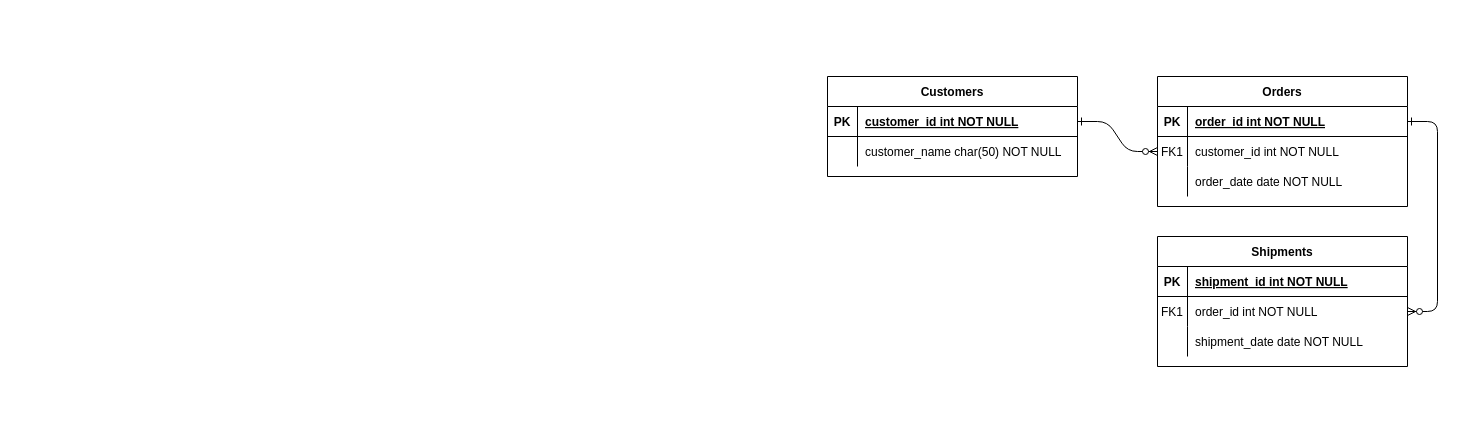
The draw.io diagram Untitled Diagram.drawio in leehyunyong89/Data_ERD_KongU, before the edit. Source tidied: cells renumbered, new cells numbered last; positions are measured from the earlier drawing's top-left corner, leaving out a move shared by most shapes. Both pictures are drawn from the tidied source at 100%, with x=0, y=0 at pixel (827, 76).
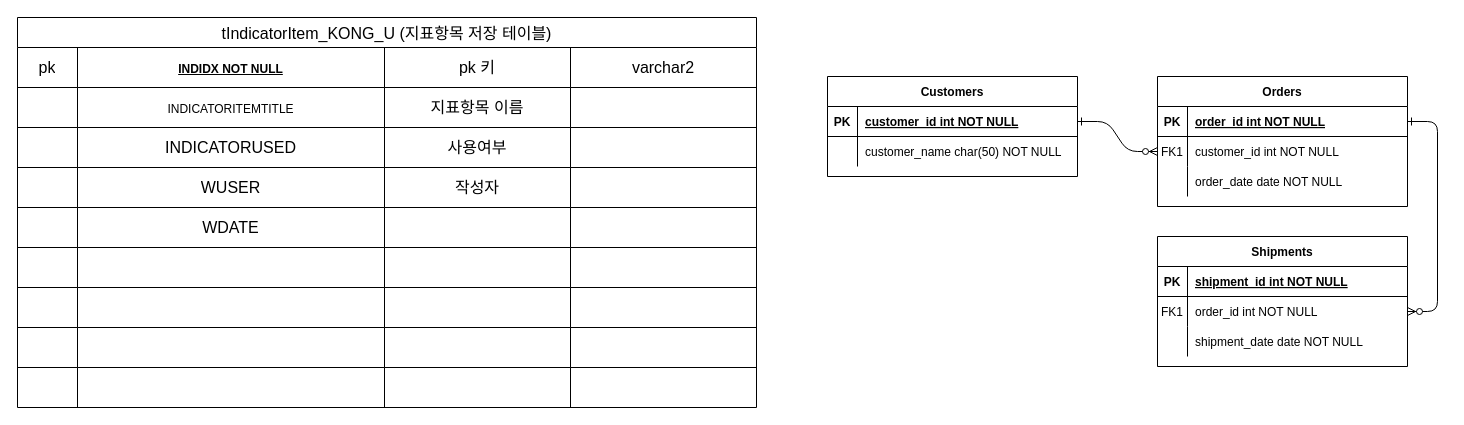
The same diagram, later.

Commit message:
성과지표메뉴_ERD

The edit, as a diff of the source:
```diff
@@
+    <mxCell id="31" value="tIndicatorItem_KONG_U (지표항목 저장 테이블)" style="shape=table;startSize=30;childLayout=tableLayout;strokeColor=default;fontSize=16;" parent="1" vertex="1">
+      <mxGeometry x="-810" y="-59" width="739" height="390" as="geometry" />
+    </mxCell>
+    <mxCell id="32" style="shape=tableRow;horizontal=0;startSize=0;swimlaneHead=0;swimlaneBody=0;strokeColor=inherit;top=0;left=0;bottom=0;right=0;fillColor=none;fontSize=16;" parent="31" vertex="1">
+      <mxGeometry y="30" width="739" height="40" as="geometry" />
+    </mxCell>
+    <mxCell id="33" value="pk" style="shape=partialRectangle;html=1;whiteSpace=wrap;strokeColor=inherit;overflow=hidden;fillColor=none;top=0;left=0;bottom=0;right=0;fontSize=16;" parent="32" vertex="1">
+      <mxGeometry width="60" height="40" as="geometry" />
+    </mxCell>
+    <mxCell id="34" value="&lt;u style=&quot;font-size: 12px;&quot;&gt;&lt;b&gt;INDIDX NOT NULL&lt;/b&gt;&lt;/u&gt;" style="shape=partialRectangle;html=1;whiteSpace=wrap;strokeColor=inherit;overflow=hidden;fillColor=none;top=0;left=0;bottom=0;right=0;fontSize=16;" parent="32" vertex="1">
+      <mxGeometry x="60" width="307" height="40" as="geometry" />
+    </mxCell>
+    <mxCell id="35" value="pk 키" style="shape=partialRectangle;html=1;whiteSpace=wrap;strokeColor=inherit;overflow=hidden;fillColor=none;top=0;left=0;bottom=0;right=0;fontSize=16;" parent="32" vertex="1">
+      <mxGeometry x="367" width="186" height="40" as="geometry" />
+    </mxCell>
+    <mxCell id="36" value="varchar2" style="shape=partialRectangle;html=1;whiteSpace=wrap;strokeColor=inherit;overflow=hidden;fillColor=none;top=0;left=0;bottom=0;right=0;fontSize=16;" parent="32" vertex="1">
+      <mxGeometry x="553" width="186" height="40" as="geometry" />
+    </mxCell>
+    <mxCell id="37" style="shape=tableRow;horizontal=0;startSize=0;swimlaneHead=0;swimlaneBody=0;strokeColor=inherit;top=0;left=0;bottom=0;right=0;fillColor=none;fontSize=16;" parent="31" vertex="1">
+      <mxGeometry y="70" width="739" height="40" as="geometry" />
+    </mxCell>
+    <mxCell id="38" style="shape=partialRectangle;html=1;whiteSpace=wrap;strokeColor=inherit;overflow=hidden;fillColor=none;top=0;left=0;bottom=0;right=0;fontSize=16;" parent="37" vertex="1">
+      <mxGeometry width="60" height="40" as="geometry" />
+    </mxCell>
+    <mxCell id="39" value="&lt;span style=&quot;font-size: 12px;&quot;&gt;INDICATORITEMTITLE&lt;/span&gt;" style="shape=partialRectangle;html=1;whiteSpace=wrap;strokeColor=inherit;overflow=hidden;fillColor=none;top=0;left=0;bottom=0;right=0;fontSize=16;" parent="37" vertex="1">
+      <mxGeometry x="60" width="307" height="40" as="geometry" />
+    </mxCell>
+    <mxCell id="40" value="지표항목 이름" style="shape=partialRectangle;html=1;whiteSpace=wrap;strokeColor=inherit;overflow=hidden;fillColor=none;top=0;left=0;bottom=0;right=0;fontSize=16;" parent="37" vertex="1">
+      <mxGeometry x="367" width="186" height="40" as="geometry" />
+    </mxCell>
+    <mxCell id="41" style="shape=partialRectangle;html=1;whiteSpace=wrap;strokeColor=inherit;overflow=hidden;fillColor=none;top=0;left=0;bottom=0;right=0;fontSize=16;" parent="37" vertex="1">
+      <mxGeometry x="553" width="186" height="40" as="geometry" />
+    </mxCell>
+    <mxCell id="42" style="shape=tableRow;horizontal=0;startSize=0;swimlaneHead=0;swimlaneBody=0;strokeColor=inherit;top=0;left=0;bottom=0;right=0;fillColor=none;fontSize=16;" parent="31" vertex="1">
+      <mxGeometry y="110" width="739" height="40" as="geometry" />
+    </mxCell>
+    <mxCell id="43" style="shape=partialRectangle;html=1;whiteSpace=wrap;strokeColor=inherit;overflow=hidden;fillColor=none;top=0;left=0;bottom=0;right=0;fontSize=16;" parent="42" vertex="1">
+      <mxGeometry width="60" height="40" as="geometry" />
+    </mxCell>
+    <mxCell id="44" value="INDICATORUSED" style="shape=partialRectangle;html=1;whiteSpace=wrap;strokeColor=inherit;overflow=hidden;fillColor=none;top=0;left=0;bottom=0;right=0;fontSize=16;" parent="42" vertex="1">
+      <mxGeometry x="60" width="307" height="40" as="geometry" />
+    </mxCell>
+    <mxCell id="45" value="사용여부" style="shape=partialRectangle;html=1;whiteSpace=wrap;strokeColor=inherit;overflow=hidden;fillColor=none;top=0;left=0;bottom=0;right=0;fontSize=16;" parent="42" vertex="1">
+      <mxGeometry x="367" width="186" height="40" as="geometry" />
+    </mxCell>
+    <mxCell id="46" style="shape=partialRectangle;html=1;whiteSpace=wrap;strokeColor=inherit;overflow=hidden;fillColor=none;top=0;left=0;bottom=0;right=0;fontSize=16;" parent="42" vertex="1">
+      <mxGeometry x="553" width="186" height="40" as="geometry" />
+    </mxCell>
+    <mxCell id="47" style="shape=tableRow;horizontal=0;startSize=0;swimlaneHead=0;swimlaneBody=0;strokeColor=inherit;top=0;left=0;bottom=0;right=0;fillColor=none;fontSize=16;" parent="31" vertex="1">
+      <mxGeometry y="150" width="739" height="40" as="geometry" />
+    </mxCell>
+    <mxCell id="48" style="shape=partialRectangle;html=1;whiteSpace=wrap;strokeColor=inherit;overflow=hidden;fillColor=none;top=0;left=0;bottom=0;right=0;fontSize=16;" parent="47" vertex="1">
+      <mxGeometry width="60" height="40" as="geometry" />
+    </mxCell>
+    <mxCell id="49" value="WUSER" style="shape=partialRectangle;html=1;whiteSpace=wrap;strokeColor=inherit;overflow=hidden;fillColor=none;top=0;left=0;bottom=0;right=0;fontSize=16;" parent="47" vertex="1">
+      <mxGeometry x="60" width="307" height="40" as="geometry" />
+    </mxCell>
+    <mxCell id="50" value="작성자" style="shape=partialRectangle;html=1;whiteSpace=wrap;strokeColor=inherit;overflow=hidden;fillColor=none;top=0;left=0;bottom=0;right=0;fontSize=16;" parent="47" vertex="1">
+      <mxGeometry x="367" width="186" height="40" as="geometry" />
+    </mxCell>
+    <mxCell id="51" style="shape=partialRectangle;html=1;whiteSpace=wrap;strokeColor=inherit;overflow=hidden;fillColor=none;top=0;left=0;bottom=0;right=0;fontSize=16;" parent="47" vertex="1">
+      <mxGeometry x="553" width="186" height="40" as="geometry" />
+    </mxCell>
+    <mxCell id="52" style="shape=tableRow;horizontal=0;startSize=0;swimlaneHead=0;swimlaneBody=0;strokeColor=inherit;top=0;left=0;bottom=0;right=0;fillColor=none;fontSize=16;" parent="31" vertex="1">
+      <mxGeometry y="190" width="739" height="40" as="geometry" />
+    </mxCell>
+    <mxCell id="53" style="shape=partialRectangle;html=1;whiteSpace=wrap;strokeColor=inherit;overflow=hidden;fillColor=none;top=0;left=0;bottom=0;right=0;fontSize=16;" parent="52" vertex="1">
+      <mxGeometry width="60" height="40" as="geometry" />
+    </mxCell>
+    <mxCell id="54" value="WDATE" style="shape=partialRectangle;html=1;whiteSpace=wrap;strokeColor=inherit;overflow=hidden;fillColor=none;top=0;left=0;bottom=0;right=0;fontSize=16;" parent="52" vertex="1">
+      <mxGeometry x="60" width="307" height="40" as="geometry" />
+    </mxCell>
+    <mxCell id="55" style="shape=partialRectangle;html=1;whiteSpace=wrap;strokeColor=inherit;overflow=hidden;fillColor=none;top=0;left=0;bottom=0;right=0;fontSize=16;" parent="52" vertex="1">
+      <mxGeometry x="367" width="186" height="40" as="geometry" />
+    </mxCell>
+    <mxCell id="56" style="shape=partialRectangle;html=1;whiteSpace=wrap;strokeColor=inherit;overflow=hidden;fillColor=none;top=0;left=0;bottom=0;right=0;fontSize=16;" parent="52" vertex="1">
+      <mxGeometry x="553" width="186" height="40" as="geometry" />
+    </mxCell>
+    <mxCell id="57" style="shape=tableRow;horizontal=0;startSize=0;swimlaneHead=0;swimlaneBody=0;strokeColor=inherit;top=0;left=0;bottom=0;right=0;fillColor=none;fontSize=16;" parent="31" vertex="1">
+      <mxGeometry y="230" width="739" height="40" as="geometry" />
+    </mxCell>
+    <mxCell id="58" style="shape=partialRectangle;html=1;whiteSpace=wrap;strokeColor=inherit;overflow=hidden;fillColor=none;top=0;left=0;bottom=0;right=0;fontSize=16;" parent="57" vertex="1">
+      <mxGeometry width="60" height="40" as="geometry" />
+    </mxCell>
+    <mxCell id="59" style="shape=partialRectangle;html=1;whiteSpace=wrap;strokeColor=inherit;overflow=hidden;fillColor=none;top=0;left=0;bottom=0;right=0;fontSize=16;" parent="57" vertex="1">
+      <mxGeometry x="60" width="307" height="40" as="geometry" />
+    </mxCell>
+    <mxCell id="60" style="shape=partialRectangle;html=1;whiteSpace=wrap;strokeColor=inherit;overflow=hidden;fillColor=none;top=0;left=0;bottom=0;right=0;fontSize=16;" parent="57" vertex="1">
+      <mxGeometry x="367" width="186" height="40" as="geometry" />
+    </mxCell>
+    <mxCell id="61" style="shape=partialRectangle;html=1;whiteSpace=wrap;strokeColor=inherit;overflow=hidden;fillColor=none;top=0;left=0;bottom=0;right=0;fontSize=16;" parent="57" vertex="1">
+      <mxGeometry x="553" width="186" height="40" as="geometry" />
+    </mxCell>
+    <mxCell id="62" style="shape=tableRow;horizontal=0;startSize=0;swimlaneHead=0;swimlaneBody=0;strokeColor=inherit;top=0;left=0;bottom=0;right=0;fillColor=none;fontSize=16;" parent="31" vertex="1">
+      <mxGeometry y="270" width="739" height="40" as="geometry" />
+    </mxCell>
+    <mxCell id="63" style="shape=partialRectangle;html=1;whiteSpace=wrap;strokeColor=inherit;overflow=hidden;fillColor=none;top=0;left=0;bottom=0;right=0;fontSize=16;" parent="62" vertex="1">
+      <mxGeometry width="60" height="40" as="geometry" />
+    </mxCell>
+    <mxCell id="64" style="shape=partialRectangle;html=1;whiteSpace=wrap;strokeColor=inherit;overflow=hidden;fillColor=none;top=0;left=0;bottom=0;right=0;fontSize=16;" parent="62" vertex="1">
+      <mxGeometry x="60" width="307" height="40" as="geometry" />
+    </mxCell>
+    <mxCell id="65" style="shape=partialRectangle;html=1;whiteSpace=wrap;strokeColor=inherit;overflow=hidden;fillColor=none;top=0;left=0;bottom=0;right=0;fontSize=16;" parent="62" vertex="1">
+      <mxGeometry x="367" width="186" height="40" as="geometry" />
+    </mxCell>
+    <mxCell id="66" style="shape=partialRectangle;html=1;whiteSpace=wrap;strokeColor=inherit;overflow=hidden;fillColor=none;top=0;left=0;bottom=0;right=0;fontSize=16;" parent="62" vertex="1">
+      <mxGeometry x="553" width="186" height="40" as="geometry" />
+    </mxCell>
+    <mxCell id="67" style="shape=tableRow;horizontal=0;startSize=0;swimlaneHead=0;swimlaneBody=0;strokeColor=inherit;top=0;left=0;bottom=0;right=0;fillColor=none;fontSize=16;" parent="31" vertex="1">
+      <mxGeometry y="310" width="739" height="40" as="geometry" />
+    </mxCell>
+    <mxCell id="68" style="shape=partialRectangle;html=1;whiteSpace=wrap;strokeColor=inherit;overflow=hidden;fillColor=none;top=0;left=0;bottom=0;right=0;fontSize=16;" parent="67" vertex="1">
+      <mxGeometry width="60" height="40" as="geometry" />
+    </mxCell>
+    <mxCell id="69" style="shape=partialRectangle;html=1;whiteSpace=wrap;strokeColor=inherit;overflow=hidden;fillColor=none;top=0;left=0;bottom=0;right=0;fontSize=16;" parent="67" vertex="1">
+      <mxGeometry x="60" width="307" height="40" as="geometry" />
+    </mxCell>
+    <mxCell id="70" style="shape=partialRectangle;html=1;whiteSpace=wrap;strokeColor=inherit;overflow=hidden;fillColor=none;top=0;left=0;bottom=0;right=0;fontSize=16;" parent="67" vertex="1">
+      <mxGeometry x="367" width="186" height="40" as="geometry" />
+    </mxCell>
+    <mxCell id="71" style="shape=partialRectangle;html=1;whiteSpace=wrap;strokeColor=inherit;overflow=hidden;fillColor=none;top=0;left=0;bottom=0;right=0;fontSize=16;" parent="67" vertex="1">
+      <mxGeometry x="553" width="186" height="40" as="geometry" />
+    </mxCell>
+    <mxCell id="72" style="shape=tableRow;horizontal=0;startSize=0;swimlaneHead=0;swimlaneBody=0;strokeColor=inherit;top=0;left=0;bottom=0;right=0;fillColor=none;fontSize=16;" parent="31" vertex="1">
+      <mxGeometry y="350" width="739" height="40" as="geometry" />
+    </mxCell>
+    <mxCell id="73" style="shape=partialRectangle;html=1;whiteSpace=wrap;strokeColor=inherit;overflow=hidden;fillColor=none;top=0;left=0;bottom=0;right=0;fontSize=16;" parent="72" vertex="1">
+      <mxGeometry width="60" height="40" as="geometry" />
+    </mxCell>
+    <mxCell id="74" style="shape=partialRectangle;html=1;whiteSpace=wrap;strokeColor=inherit;overflow=hidden;fillColor=none;top=0;left=0;bottom=0;right=0;fontSize=16;" parent="72" vertex="1">
+      <mxGeometry x="60" width="307" height="40" as="geometry" />
+    </mxCell>
+    <mxCell id="75" style="shape=partialRectangle;html=1;whiteSpace=wrap;strokeColor=inherit;overflow=hidden;fillColor=none;top=0;left=0;bottom=0;right=0;fontSize=16;" parent="72" vertex="1">
+      <mxGeometry x="367" width="186" height="40" as="geometry" />
+    </mxCell>
+    <mxCell id="76" style="shape=partialRectangle;html=1;whiteSpace=wrap;strokeColor=inherit;overflow=hidden;fillColor=none;top=0;left=0;bottom=0;right=0;fontSize=16;" parent="72" vertex="1">
+      <mxGeometry x="553" width="186" height="40" as="geometry" />
+    </mxCell>
+    <mxCell id="77" style="shape=partialRectangle;html=1;whiteSpace=wrap;strokeColor=inherit;overflow=hidden;fillColor=none;top=0;left=0;bottom=0;right=0;fontSize=16;" parent="1" vertex="1">
+      <mxGeometry x="-750" y="180" width="60" height="40" as="geometry" />
+    </mxCell>
```
